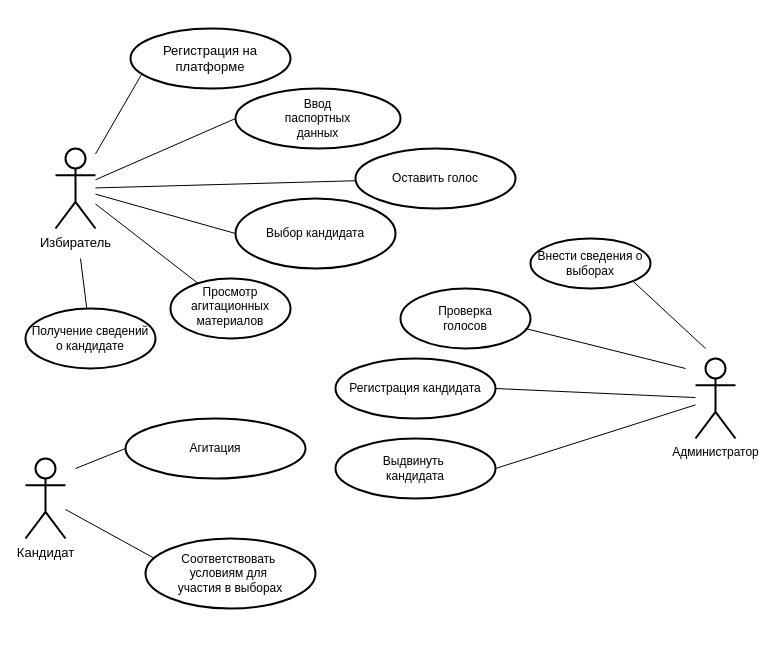
Earlier version of the draw.io diagram use case.drawio (aleksey899/Inter.MixAN). Source tidied: cells renumbered, new cells numbered last; positions are measured from the earlier drawing's top-left corner, leaving out a move shared by most shapes. Both pictures are drawn from the tidied source at 100%, with x=0, y=0 at pixel (25, 28).
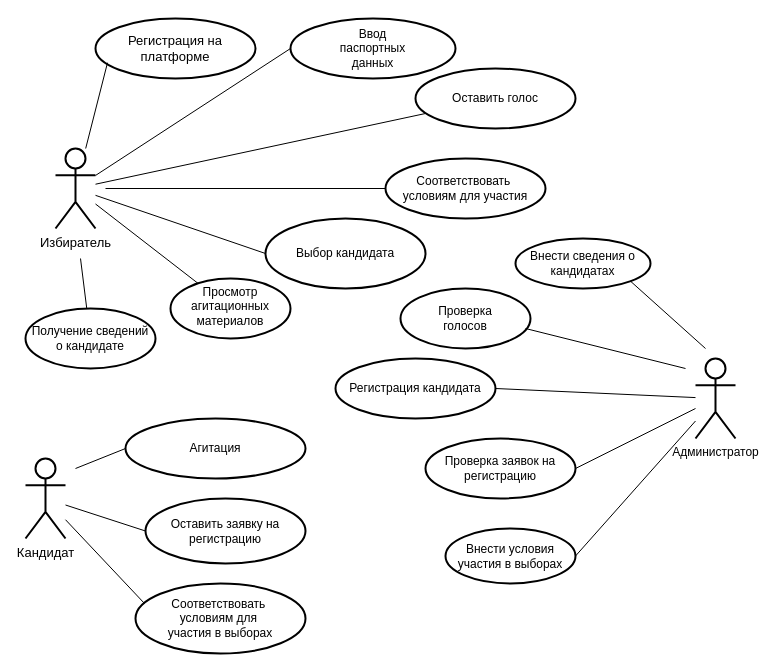
Above is the later version.

Unchanged cells that the change refers to:
```xml
<mxCell id="4" value="Администратор" style="shape=umlActor;verticalLabelPosition=bottom;verticalAlign=top;html=1;outlineConnect=0;strokeWidth=2;" parent="1" vertex="1">
  <mxGeometry x="670" y="330" width="40" height="80" as="geometry" />
</mxCell>
<mxCell id="5" value="&lt;font style=&quot;font-size: 13px&quot;&gt;Кандидат&lt;/font&gt;" style="shape=umlActor;verticalLabelPosition=bottom;verticalAlign=top;html=1;outlineConnect=0;strokeWidth=2;" parent="1" vertex="1">
  <mxGeometry y="430" width="40" height="80" as="geometry" />
</mxCell>
```

Change to the diagram source:
```diff
@@
     <mxCell id="6" value="&lt;font style=&quot;font-size: 13px&quot;&gt;Регистрация на&lt;br&gt;платформе&lt;/font&gt;" style="ellipse;whiteSpace=wrap;html=1;strokeWidth=2;" parent="1" vertex="1">
-      <mxGeometry x="105" width="160" height="60" as="geometry" />
+      <mxGeometry x="70" y="-10" width="160" height="60" as="geometry" />
     </mxCell>
     <mxCell id="7" value="Ввод&lt;br&gt;&lt;font&gt;паспортных&lt;br&gt;&lt;/font&gt;&lt;font&gt;данных&lt;/font&gt;" style="ellipse;whiteSpace=wrap;html=1;strokeWidth=2;" parent="1" vertex="1">
-      <mxGeometry x="210" y="60" width="165" height="60" as="geometry" />
+      <mxGeometry x="265" y="-10" width="165" height="60" as="geometry" />
     </mxCell>
     <mxCell id="8" value="Выбор кандидата" style="ellipse;whiteSpace=wrap;html=1;strokeWidth=2;" parent="1" vertex="1">
-      <mxGeometry x="210" y="170" width="160" height="70" as="geometry" />
+      <mxGeometry x="240" y="190" width="160" height="70" as="geometry" />
     </mxCell>
     <mxCell id="9" value="Оставить голос" style="ellipse;whiteSpace=wrap;html=1;strokeWidth=2;" parent="1" vertex="1">
-      <mxGeometry x="330" y="120" width="160" height="60" as="geometry" />
+      <mxGeometry x="390" y="40" width="160" height="60" as="geometry" />
     </mxCell>
@@
-    <mxCell id="17" value="Выдвинуть&amp;nbsp;&lt;br&gt;&lt;font&gt;кандидата&lt;/font&gt;" style="ellipse;whiteSpace=wrap;html=1;strokeWidth=2;" parent="1" vertex="1">
-      <mxGeometry x="310" y="410" width="160" height="60" as="geometry" />
-    </mxCell>
@@
-    <mxCell id="19" style="endArrow=none;html=1;entryX=1;entryY=0.5;entryDx=0;entryDy=0;" parent="1" edge="1" source="4" target="17">
-      <mxGeometry relative="1" as="geometry" />
-    </mxCell>
@@
     <mxCell id="22" value="Соответствовать&amp;nbsp;&lt;br&gt;&lt;font&gt;условиям для&amp;nbsp;&lt;br&gt;&lt;/font&gt;&lt;font&gt;участия в выборах&lt;/font&gt;" style="ellipse;whiteSpace=wrap;html=1;strokeWidth=2;" parent="1" vertex="1">
-      <mxGeometry x="120" y="510" width="170" height="70" as="geometry" />
+      <mxGeometry x="110" y="555" width="170" height="70" as="geometry" />
     </mxCell>
@@
-    <mxCell id="27" value="Внести сведения о&lt;br&gt;выборах" style="ellipse;whiteSpace=wrap;html=1;strokeWidth=2;" parent="1" vertex="1">
-      <mxGeometry x="505" y="210" width="120" height="50" as="geometry" />
+    <mxCell id="27" value="Внести сведения о&lt;br&gt;кандидатах" style="ellipse;whiteSpace=wrap;html=1;strokeWidth=2;" parent="1" vertex="1">
+      <mxGeometry x="490" y="210" width="135" height="50" as="geometry" />
     </mxCell>
@@
+    <mxCell id="29" value="Соответствовать&amp;nbsp;&lt;br&gt;условиям для участия" style="ellipse;whiteSpace=wrap;html=1;strokeWidth=2;" parent="1" vertex="1">
+      <mxGeometry x="360" y="130" width="160" height="60" as="geometry" />
+    </mxCell>
+    <mxCell id="30" style="endArrow=none;html=1;rounded=0;entryX=0;entryY=0.5;entryDx=0;entryDy=0;" parent="1" edge="1" target="29">
+      <mxGeometry relative="1" as="geometry">
+        <mxPoint x="80" y="160" as="sourcePoint" />
+      </mxGeometry>
+    </mxCell>
+    <mxCell id="31" value="Проверка заявок на регистрацию" style="ellipse;whiteSpace=wrap;html=1;strokeWidth=2;" parent="1" vertex="1">
+      <mxGeometry x="400" y="410" width="150" height="60" as="geometry" />
+    </mxCell>
+    <mxCell id="32" style="endArrow=none;html=1;rounded=0;exitX=1;exitY=0.5;exitDx=0;exitDy=0;" parent="1" edge="1" source="31" target="4">
+      <mxGeometry relative="1" as="geometry" />
+    </mxCell>
+    <mxCell id="33" value="Внести условия участия в выборах" style="ellipse;whiteSpace=wrap;html=1;strokeWidth=2;" parent="1" vertex="1">
+      <mxGeometry x="420" y="500" width="130" height="55" as="geometry" />
+    </mxCell>
+    <mxCell id="34" style="endArrow=none;html=1;rounded=0;exitX=1;exitY=0.5;exitDx=0;exitDy=0;" parent="1" edge="1" source="33" target="4">
+      <mxGeometry relative="1" as="geometry" />
+    </mxCell>
+    <mxCell id="35" value="Оставить заявку на регистрацию" style="ellipse;whiteSpace=wrap;html=1;strokeWidth=2;" parent="1" vertex="1">
+      <mxGeometry x="120" y="470" width="160" height="65" as="geometry" />
+    </mxCell>
+    <mxCell id="36" style="endArrow=none;html=1;rounded=0;entryX=0;entryY=0.5;entryDx=0;entryDy=0;" parent="1" edge="1" source="5" target="35">
+      <mxGeometry relative="1" as="geometry" />
+    </mxCell>
```
